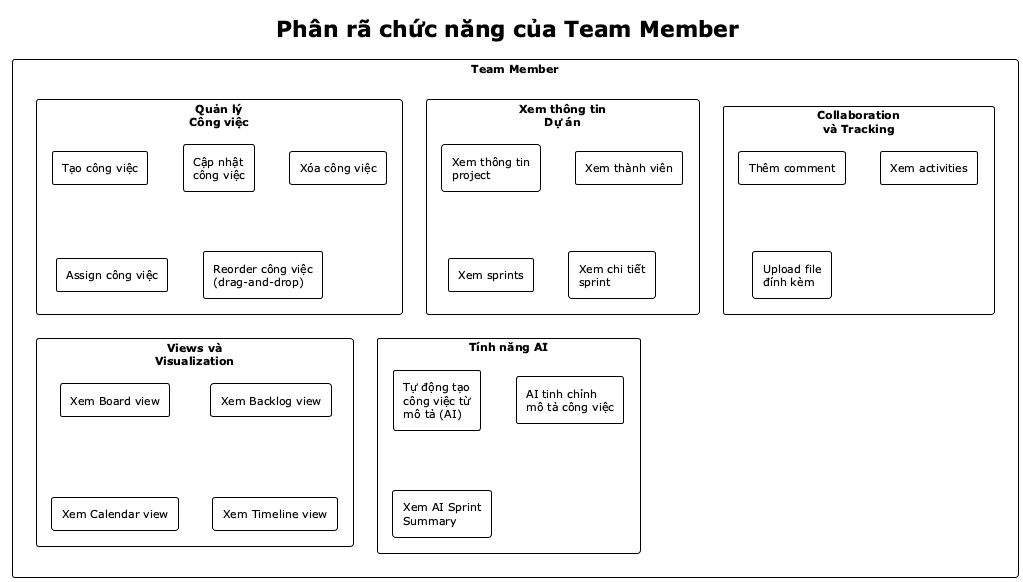
This is reports/dat-examples/report/images/func_team_member.png from toantran292/datn, a PlantUML export, as it was before one commit. Its source is kept beside it as reports/dat-examples/report/images/func_team_member.puml. The source it was exported from:
```plantuml
@startuml
!theme plain
skinparam defaultFontSize 11
skinparam packageStyle rectangle

title Phân rã chức năng của Team Member

rectangle "Team Member" {

  rectangle "Quản lý\nCông việc" {
    rectangle "Tạo công việc"
    rectangle "Cập nhật\ncông việc"
    rectangle "Xóa công việc"
    rectangle "Assign công việc"
    rectangle "Reorder công việc\n(drag-and-drop)"
  }

  rectangle "Xem thông tin\nDự án" {
    rectangle "Xem thông tin\nproject"
    rectangle "Xem thành viên"
    rectangle "Xem sprints"
    rectangle "Xem chi tiết\nsprint"
  }

  rectangle "Collaboration\nvà Tracking" {
    rectangle "Thêm comment"
    rectangle "Xem activities"
    rectangle "Upload file\nđính kèm"
  }

  rectangle "Views và\nVisualization" {
    rectangle "Xem Board view"
    rectangle "Xem Backlog view"
    rectangle "Xem Calendar view"
    rectangle "Xem Timeline view"
  }

  rectangle "Tính năng AI" {
    rectangle "Tự động tạo\ncông việc từ\nmô tả (AI)"
    rectangle "AI tinh chỉnh\nmô tả công việc"
    rectangle "Xem AI Sprint\nSummary"
  }

}

@enduml
```
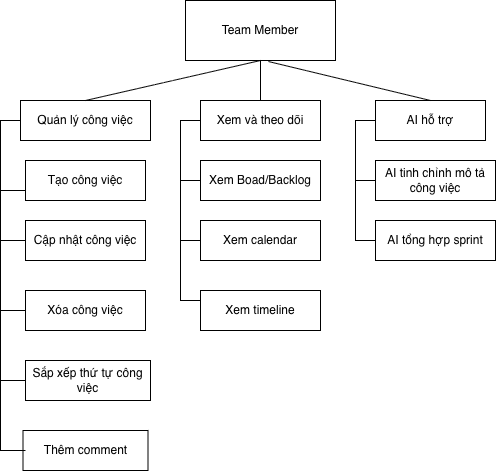
Above is the later version.

Diff of the diagram source:
```diff
@@ -1,44 +1,33 @@
 @startuml
 !theme plain
-skinparam defaultFontSize 11
+skinparam defaultFontSize 13
 skinparam packageStyle rectangle
+skinparam packageBorderThickness 2
+skinparam rectangleBorderThickness 2
+skinparam backgroundColor white
 
-title Phân rã chức năng của Team Member
+package "Team Member" #lightblue {
 
-rectangle "Team Member" {
-
-  rectangle "Quản lý\nCông việc" {
+  package "Quản lý công việc" #lightyellow {
     rectangle "Tạo công việc"
-    rectangle "Cập nhật\ncông việc"
+    rectangle "Cập nhật công việc"
     rectangle "Xóa công việc"
     rectangle "Assign công việc"
-    rectangle "Reorder công việc\n(drag-and-drop)"
+    rectangle "Reorder công việc"
+    rectangle "Thêm comment"
+    rectangle "Upload file đính kèm"
   }
 
-  rectangle "Xem thông tin\nDự án" {
-    rectangle "Xem thông tin\nproject"
-    rectangle "Xem thành viên"
-    rectangle "Xem sprints"
-    rectangle "Xem chi tiết\nsprint"
+  package "Xem & theo dõi" #lightgreen {
+    rectangle "Xem Board/Backlog"
+    rectangle "Xem Calendar"
+    rectangle "Xem Timeline"
   }
 
-  rectangle "Collaboration\nvà Tracking" {
-    rectangle "Thêm comment"
-    rectangle "Xem activities"
-    rectangle "Upload file\nđính kèm"
-  }
-
-  rectangle "Views và\nVisualization" {
-    rectangle "Xem Board view"
-    rectangle "Xem Backlog view"
-    rectangle "Xem Calendar view"
-    rectangle "Xem Timeline view"
-  }
-
-  rectangle "Tính năng AI" {
-    rectangle "Tự động tạo\ncông việc từ\nmô tả (AI)"
-    rectangle "AI tinh chỉnh\nmô tả công việc"
-    rectangle "Xem AI Sprint\nSummary"
+  package "AI hỗ trợ" #lavender {
+    rectangle "AI tạo công việc"
+    rectangle "AI tinh chỉnh mô tả"
+    rectangle "Xem AI Sprint Summary"
   }
 
 }
```
